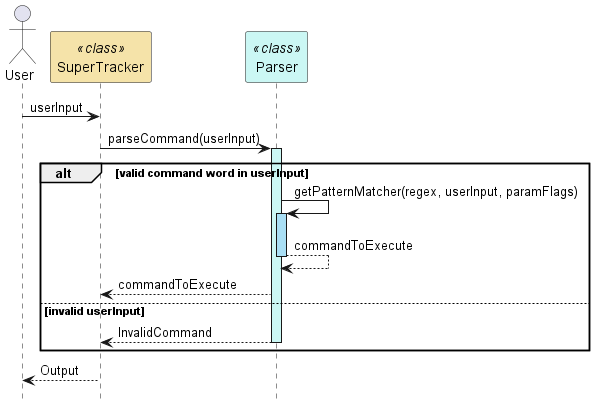
Before: docs/uml-diagrams/ParserSequence.png, a diagram exported from PlantUML (rismm/tp).
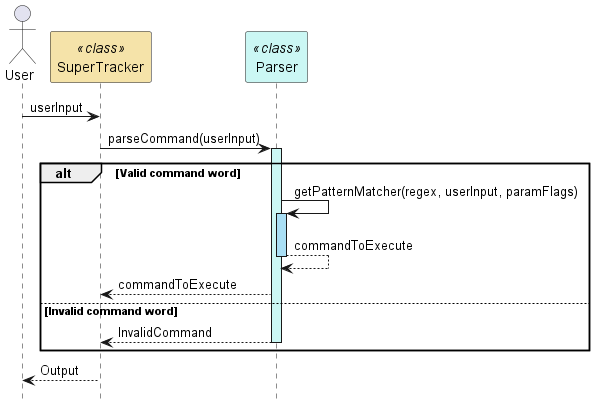
Above is the later version.

Change to the diagram source:
```diff
@@ -8,13 +8,13 @@
 SuperTracker -> Parser : parseCommand(userInput)
 activate Parser #cbf7f4
 
-alt valid command word in userInput
+alt Valid command word
     Parser -> Parser : getPatternMatcher(regex, userInput, paramFlags)
     activate Parser #a9dff5
     Parser --> Parser : commandToExecute
     deactivate Parser
     Parser --> SuperTracker : commandToExecute
-else invalid userInput
+else Invalid command word
     Parser --> SuperTracker : InvalidCommand
     deactivate Parser
 end
```
